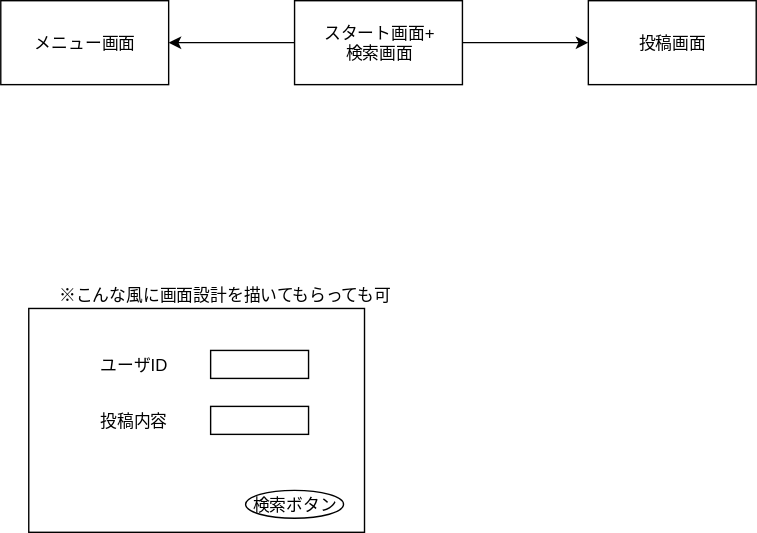
422016Miran/mu-psd-03 keeps this draw.io diagram as documents/page-design.drawio.svg. Above is the earlier version. Source tidied: cells renumbered, new cells last; positions are measured from the earlier drawing's top-left corner, leaving out a move shared by most shapes.
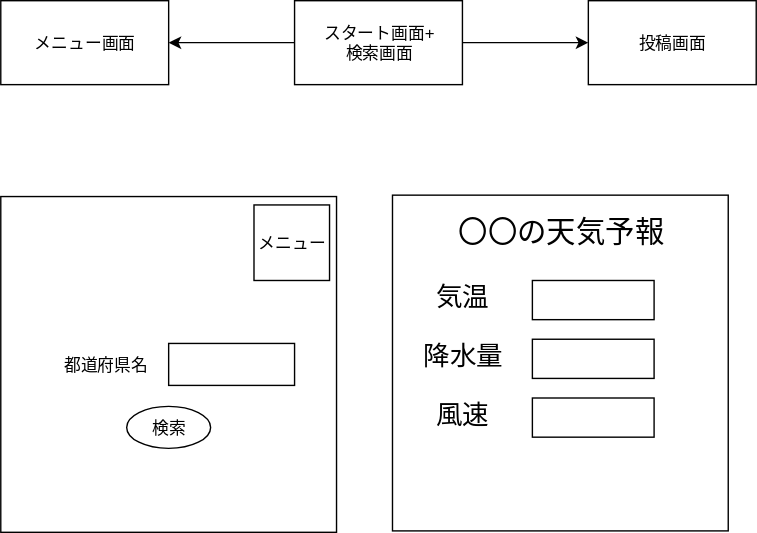
Later version of the same file.

Change to the diagram source:
```diff
@@ -23,26 +23,50 @@
     <mxCell id="7" value="スタート画面+&lt;br&gt;検索画面" style="rounded=0;whiteSpace=wrap;html=1;" parent="1" vertex="1">
       <mxGeometry x="210" width="120" height="60" as="geometry" />
     </mxCell>
-    <mxCell id="8" style="rounded=0;whiteSpace=wrap;html=1;" parent="1" vertex="1">
-      <mxGeometry x="20" y="220" width="240" height="160" as="geometry" />
-    </mxCell>
-    <mxCell id="9" style="rounded=0;whiteSpace=wrap;html=1;" parent="1" vertex="1">
-      <mxGeometry x="150" y="250" width="70" height="20" as="geometry" />
-    </mxCell>
-    <mxCell id="10" style="rounded=0;whiteSpace=wrap;html=1;" parent="1" vertex="1">
-      <mxGeometry x="150" y="290" width="70" height="20" as="geometry" />
-    </mxCell>
-    <mxCell id="11" value="検索ボタン" style="ellipse;whiteSpace=wrap;html=1;" parent="1" vertex="1">
-      <mxGeometry x="175" y="350" width="70" height="20" as="geometry" />
-    </mxCell>
-    <mxCell id="12" value="ユーザID" style="text;html=1;strokeColor=none;fillColor=none;align=center;verticalAlign=middle;whiteSpace=wrap;rounded=0;" parent="1" vertex="1">
-      <mxGeometry x="60" y="250" width="70" height="20" as="geometry" />
-    </mxCell>
-    <mxCell id="13" value="投稿内容" style="text;html=1;strokeColor=none;fillColor=none;align=center;verticalAlign=middle;whiteSpace=wrap;rounded=0;" parent="1" vertex="1">
-      <mxGeometry x="60" y="290" width="70" height="20" as="geometry" />
-    </mxCell>
-    <mxCell id="14" value="※こんな風に画面設計を描いてもらっても可" style="text;html=1;strokeColor=none;fillColor=none;align=center;verticalAlign=middle;whiteSpace=wrap;rounded=0;" parent="1" vertex="1">
-      <mxGeometry x="30" y="200" width="260" height="20" as="geometry" />
-    </mxCell>
+    <mxCell id="15" style="whiteSpace=wrap;html=1;" parent="1" vertex="1">
+      <mxGeometry y="140" width="240" height="240" as="geometry" />
+    </mxCell>
+    <mxCell id="16" value="メニュー" style="whiteSpace=wrap;html=1;" parent="1" vertex="1">
+      <mxGeometry x="181" y="146" width="54" height="54" as="geometry" />
+    </mxCell>
+    <mxCell id="17" value="都道府県名" style="text;html=1;strokeColor=none;fillColor=none;align=center;verticalAlign=middle;whiteSpace=wrap;rounded=0;" parent="1" vertex="1">
+      <mxGeometry x="30" y="245" width="90" height="30" as="geometry" />
+    </mxCell>
+    <mxCell id="18" style="rounded=0;whiteSpace=wrap;html=1;" parent="1" vertex="1">
+      <mxGeometry x="120" y="245" width="90" height="30" as="geometry" />
+    </mxCell>
+    <mxCell id="19" style="whiteSpace=wrap;html=1;" parent="1" vertex="1">
+      <mxGeometry x="280" y="139" width="240" height="240" as="geometry" />
+    </mxCell>
+    <mxCell id="20" value="検索" style="ellipse;whiteSpace=wrap;html=1;" parent="1" vertex="1">
+      <mxGeometry x="90" y="290" width="60" height="30" as="geometry" />
+    </mxCell>
+    <mxCell id="21" style="edgeStyle=orthogonalEdgeStyle;rounded=0;orthogonalLoop=1;jettySize=auto;html=1;exitX=0.5;exitY=1;exitDx=0;exitDy=0;" parent="1" edge="1" source="20" target="20">
+      <mxGeometry relative="1" as="geometry" />
+    </mxCell>
+    <mxCell id="22" style="edgeStyle=orthogonalEdgeStyle;rounded=0;orthogonalLoop=1;jettySize=auto;html=1;exitX=0.5;exitY=1;exitDx=0;exitDy=0;" parent="1" edge="1" source="20" target="20">
+      <mxGeometry relative="1" as="geometry" />
+    </mxCell>
+    <mxCell id="23" value="〇〇の天気予報" style="text;html=1;strokeColor=none;fillColor=none;align=center;verticalAlign=middle;whiteSpace=wrap;rounded=0;fontSize=21;" parent="1" vertex="1">
+      <mxGeometry x="325" y="146" width="150" height="37" as="geometry" />
+    </mxCell>
+    <mxCell id="24" value="気温" style="text;html=1;strokeColor=none;fillColor=none;align=center;verticalAlign=middle;whiteSpace=wrap;rounded=0;fontSize=19;" parent="1" vertex="1">
+      <mxGeometry x="297.5" y="200" width="65" height="25" as="geometry" />
+    </mxCell>
+    <mxCell id="25" value="降水量&lt;span style=&quot;color: rgba(0 , 0 , 0 , 0) ; font-family: monospace ; font-size: 0px&quot;&gt;%3CmxGraphModel%3E%3Croot%3E%3CmxCell%20id%3D%220%22%2F%3E%3CmxCell%20id%3D%221%22%20parent%3D%220%22%2F%3E%3CmxCell%20id%3D%222%22%20value%3D%22%E6%B0%97%E6%B8%A9%22%20style%3D%22text%3Bhtml%3D1%3BstrokeColor%3Dnone%3BfillColor%3Dnone%3Balign%3Dcenter%3BverticalAlign%3Dmiddle%3BwhiteSpace%3Dwrap%3Brounded%3D0%3BfontSize%3D19%3B%22%20vertex%3D%221%22%20parent%3D%221%22%3E%3CmxGeometry%20x%3D%22337.5%22%20y%3D%22260%22%20width%3D%2265%22%20height%3D%2225%22%20as%3D%22geometry%22%2F%3E%3C%2FmxCell%3E%3C%2Froot%3E%3C%2FmxGraphModel%3E&lt;/span&gt;" style="text;html=1;strokeColor=none;fillColor=none;align=center;verticalAlign=middle;whiteSpace=wrap;rounded=0;fontSize=19;" parent="1" vertex="1">
+      <mxGeometry x="297.5" y="242" width="65" height="25" as="geometry" />
+    </mxCell>
+    <mxCell id="26" value="風速" style="text;html=1;strokeColor=none;fillColor=none;align=center;verticalAlign=middle;whiteSpace=wrap;rounded=0;fontSize=19;" parent="1" vertex="1">
+      <mxGeometry x="297.5" y="284" width="65" height="25" as="geometry" />
+    </mxCell>
+    <mxCell id="27" style="rounded=0;whiteSpace=wrap;html=1;fontSize=19;" parent="1" vertex="1">
+      <mxGeometry x="380" y="200" width="87" height="28" as="geometry" />
+    </mxCell>
+    <mxCell id="28" style="rounded=0;whiteSpace=wrap;html=1;fontSize=19;" parent="1" vertex="1">
+      <mxGeometry x="380" y="242" width="87" height="28" as="geometry" />
+    </mxCell>
+    <mxCell id="29" style="rounded=0;whiteSpace=wrap;html=1;fontSize=19;" parent="1" vertex="1">
+      <mxGeometry x="380" y="284" width="87" height="28" as="geometry" />
+    </mxCell>
   </root>
 </mxGraphModel>
```
